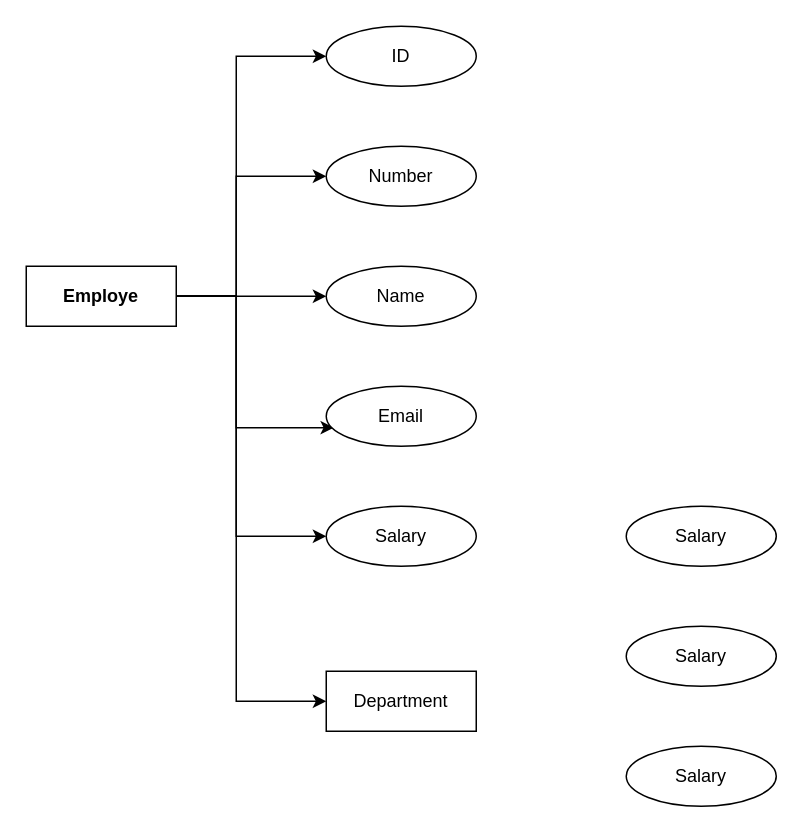
Before: Untitled Diagram.drawio in arabssonn/Software-development-and-decumentation, a draw.io diagram. Source tidied: cells renumbered, new cells numbered last; positions are measured from the earlier drawing's top-left corner, leaving out a move shared by most shapes. Both pictures are drawn from the tidied source at 150%, with x=0, y=0 at pixel (26, 26).
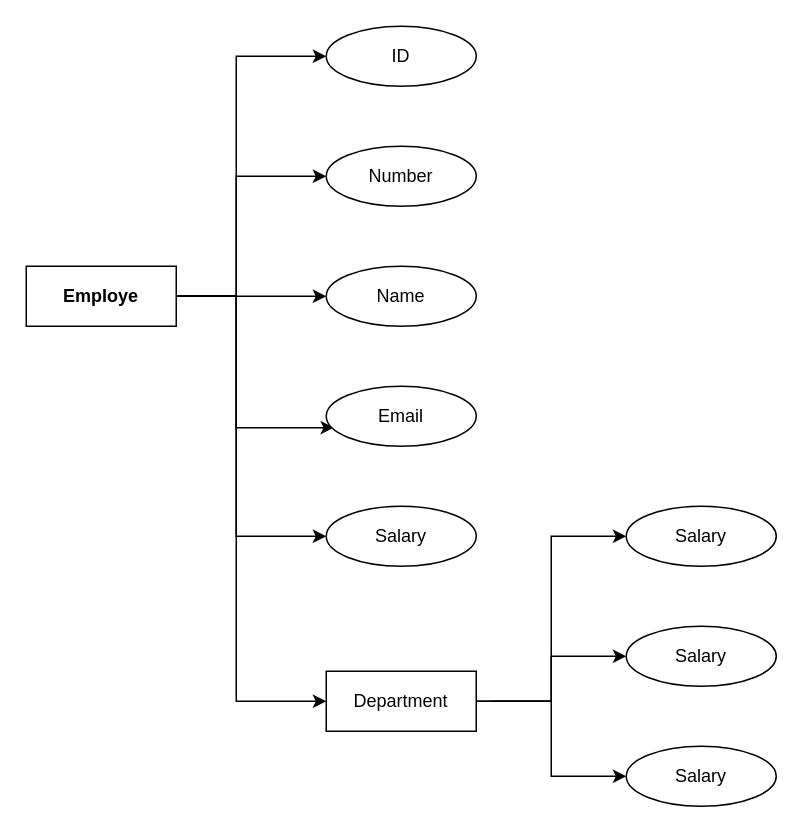
The same page after the edit.

The change refers to these unchanged cells:
```xml
<mxCell id="14" value="Department" style="whiteSpace=wrap;html=1;align=center;" parent="1" vertex="1">
  <mxGeometry x="200" y="430" width="100" height="40" as="geometry" />
</mxCell>
<mxCell id="15" value="Salary" style="ellipse;whiteSpace=wrap;html=1;align=center;" parent="1" vertex="1">
  <mxGeometry x="400" y="320" width="100" height="40" as="geometry" />
</mxCell>
<mxCell id="16" value="Salary" style="ellipse;whiteSpace=wrap;html=1;align=center;" parent="1" vertex="1">
  <mxGeometry x="400" y="480" width="100" height="40" as="geometry" />
</mxCell>
<mxCell id="17" value="Salary" style="ellipse;whiteSpace=wrap;html=1;align=center;" parent="1" vertex="1">
  <mxGeometry x="400" y="400" width="100" height="40" as="geometry" />
</mxCell>
```

The edit, as a diff of the source:
```diff
@@
+    <mxCell id="18" style="edgeStyle=orthogonalEdgeStyle;rounded=0;jettySize=auto;html=1;" parent="1" edge="1" source="14" target="17">
+      <mxGeometry relative="1" as="geometry" />
+    </mxCell>
@@
+    <mxCell id="19" style="edgeStyle=none;jettySize=auto;html=1;rounded=0;entryX=0;entryY=0.5;entryDx=0;entryDy=0;" parent="1" edge="1" target="16">
+      <mxGeometry relative="1" as="geometry">
+        <mxPoint x="310" y="450" as="sourcePoint" />
+        <Array as="points">
+          <mxPoint x="350" y="450" />
+          <mxPoint x="350" y="500" />
+        </Array>
+      </mxGeometry>
+    </mxCell>
+    <mxCell id="20" style="edgeStyle=orthogonalEdgeStyle;rounded=0;jettySize=auto;html=1;entryX=0;entryY=0.5;entryDx=0;entryDy=0;" parent="1" edge="1" source="14" target="15">
+      <mxGeometry relative="1" as="geometry">
+        <Array as="points">
+          <mxPoint x="350" y="450" />
+          <mxPoint x="350" y="340" />
+        </Array>
+      </mxGeometry>
+    </mxCell>
```
